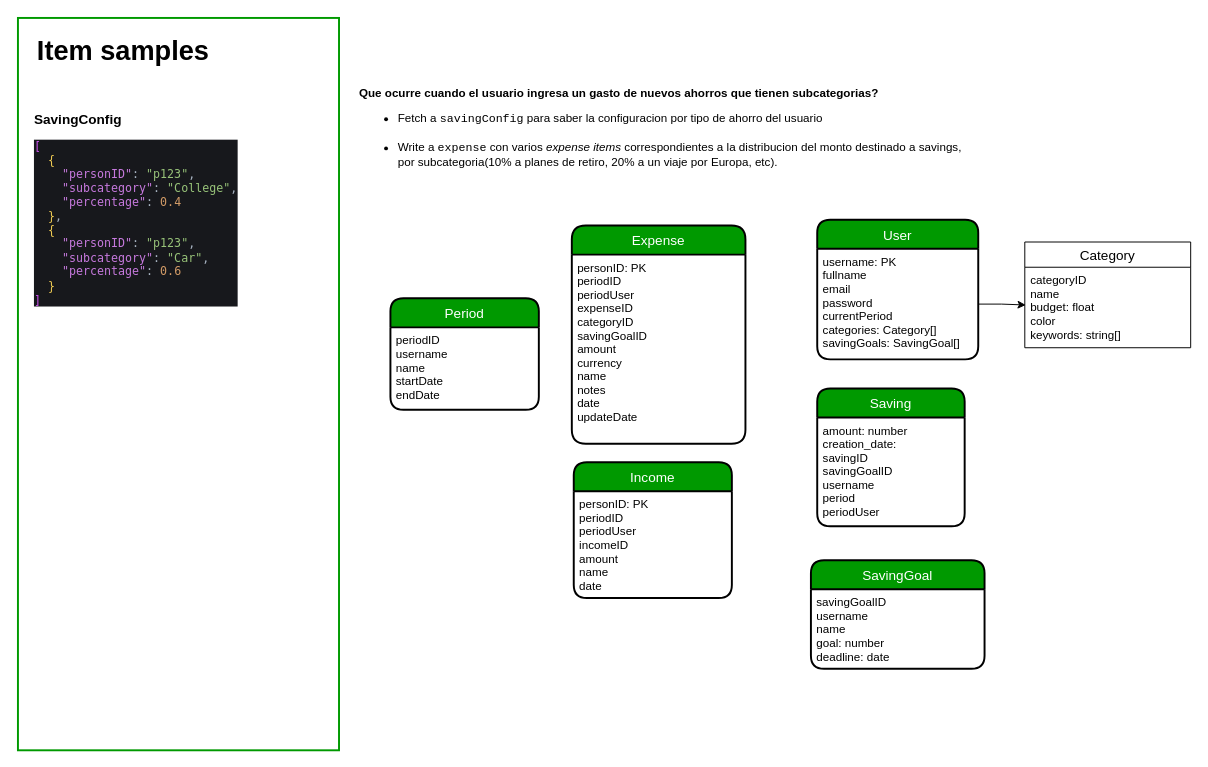
The draw.io diagram page "Data Model" (1 of 2) of diagrams/money-diagrams.drawio in JoelD7/money, before the edit. Source tidied: cells renumbered, new cells numbered last; positions are measured from the earlier drawing's top-left corner, leaving out a move shared by most shapes. Both pictures are drawn from the tidied source at 97%, with x=0, y=0 at pixel (17, 17).
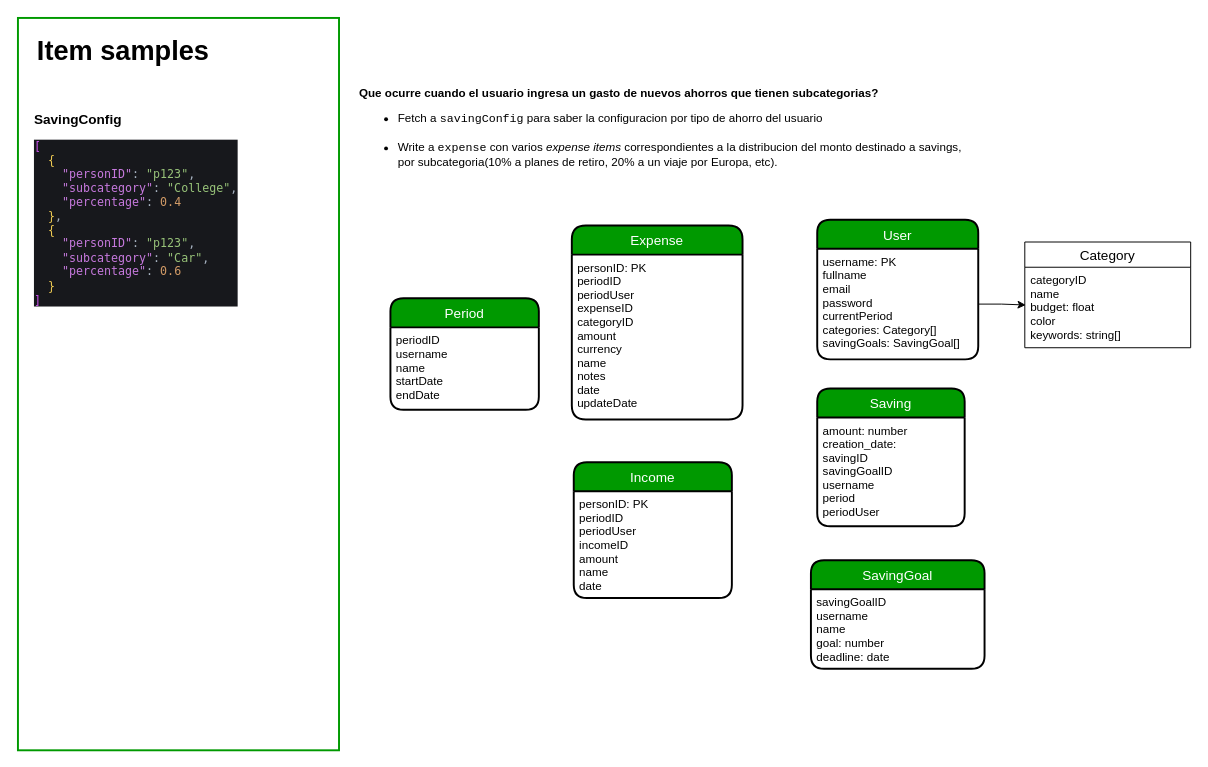
The same diagram, later.

Commit message (it also covers changes not shown here):
Remove savingGoalID from Expense entity

Why: That attribute now belongs to the Saving entity

What changed in the source:
```diff
@@
     <mxCell id="6" value="Expense" style="swimlane;horizontal=1;startSize=30;rounded=1;fontSize=14;fontStyle=0;strokeWidth=2;shadow=0;dashed=0;align=center;labelBackgroundColor=none;arcSize=16;labelBorderColor=none;swimlaneLine=1;swimlaneFillColor=none;gradientColor=none;gradientDirection=north;fillColor=#009900;fontColor=#FFFFFF;" parent="1" vertex="1">
-      <mxGeometry x="571" y="214" width="179" height="225" as="geometry" />
+      <mxGeometry x="571" y="214" width="176" height="200" as="geometry" />
     </mxCell>
-    <mxCell id="7" value="personID: PK&#10;periodID&#10;periodUser&#10;expenseID&#10;categoryID&#10;savingGoalID&#10;amount&#10;currency&#10;name&#10;notes&#10;date&#10;updateDate" style="align=left;strokeColor=none;fillColor=none;spacingLeft=4;fontSize=12;verticalAlign=top;" parent="6" vertex="1">
-      <mxGeometry y="30" width="179" height="195" as="geometry" />
+    <mxCell id="7" value="personID: PK&#10;periodID&#10;periodUser&#10;expenseID&#10;categoryID&#10;amount&#10;currency&#10;name&#10;notes&#10;date&#10;updateDate" style="align=left;strokeColor=none;fillColor=none;spacingLeft=4;fontSize=12;verticalAlign=top;" parent="6" vertex="1">
+      <mxGeometry y="30" width="176" height="170" as="geometry" />
     </mxCell>
```
